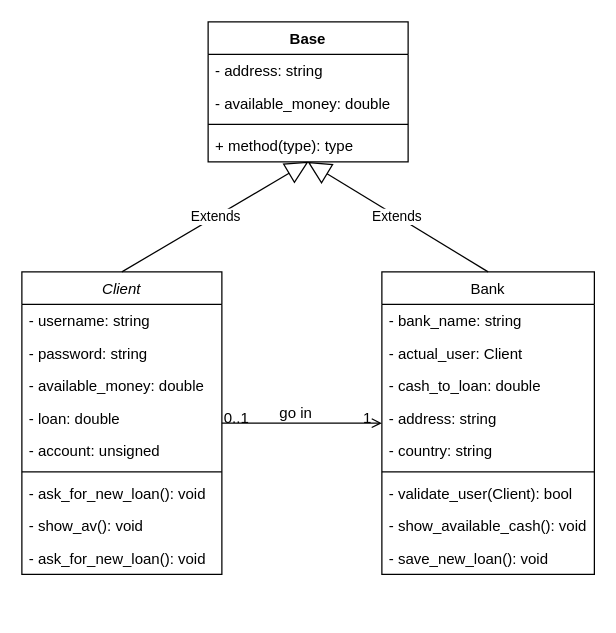
The draw.io diagram init-design.drawio in djose1164/bank-management-system, before the edit. Source tidied: cells renumbered, new cells numbered last; positions are measured from the earlier drawing's top-left corner, leaving out a move shared by most shapes. Both pictures are drawn from the tidied source at 125%, with x=0, y=0 at pixel (21, 21).
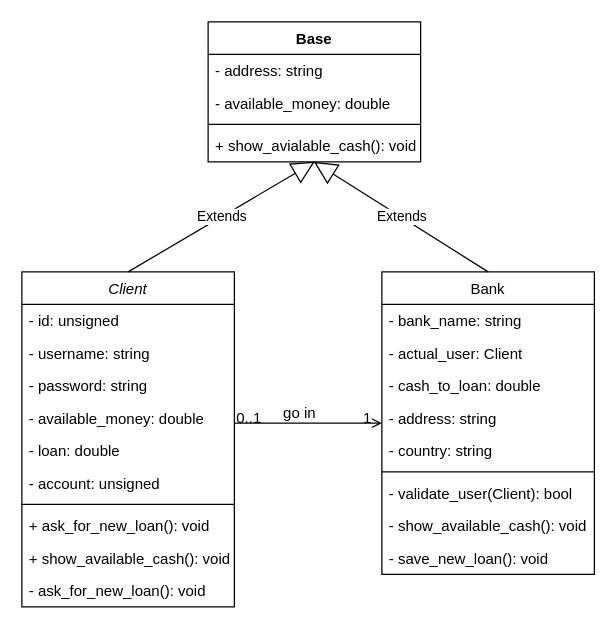
The same diagram, later.

The edit, as a diff of the source:
```diff
@@
     <mxCell id="2" value="Client" style="swimlane;fontStyle=2;align=center;verticalAlign=top;horizontal=1;startSize=26;rounded=0;shadow=0;strokeWidth=1;" parent="1" vertex="1">
-      <mxGeometry y="200" width="160" height="242" as="geometry" />
+      <mxGeometry y="200" width="170" height="268" as="geometry" />
     </mxCell>
+    <mxCell id="33" value="- id: unsigned" style="text;align=left;verticalAlign=top;spacingLeft=4;spacingRight=4;overflow=hidden;" parent="2" vertex="1">
+      <mxGeometry y="26" width="170" height="26" as="geometry" />
+    </mxCell>
     <mxCell id="3" value="- username: string" style="text;align=left;verticalAlign=top;spacingLeft=4;spacingRight=4;overflow=hidden;" parent="2" vertex="1">
-      <mxGeometry y="26" width="160" height="26" as="geometry" />
+      <mxGeometry y="52" width="170" height="26" as="geometry" />
     </mxCell>
     <mxCell id="4" value="- password: string" style="text;align=left;verticalAlign=top;spacingLeft=4;spacingRight=4;overflow=hidden;rounded=0;shadow=0;html=0;" parent="2" vertex="1">
-      <mxGeometry y="52" width="160" height="26" as="geometry" />
+      <mxGeometry y="78" width="170" height="26" as="geometry" />
     </mxCell>
     <mxCell id="5" value="- available_money: double" style="text;align=left;verticalAlign=top;spacingLeft=4;spacingRight=4;overflow=hidden;rounded=0;shadow=0;html=0;" parent="2" vertex="1">
-      <mxGeometry y="78" width="160" height="26" as="geometry" />
+      <mxGeometry y="104" width="170" height="26" as="geometry" />
     </mxCell>
     <mxCell id="6" value="- loan: double" style="text;align=left;verticalAlign=top;spacingLeft=4;spacingRight=4;overflow=hidden;rounded=0;shadow=0;html=0;" parent="2" vertex="1">
-      <mxGeometry y="104" width="160" height="26" as="geometry" />
+      <mxGeometry y="130" width="170" height="26" as="geometry" />
     </mxCell>
     <mxCell id="7" value="- account: unsigned" style="text;align=left;verticalAlign=top;spacingLeft=4;spacingRight=4;overflow=hidden;rounded=0;shadow=0;html=0;" parent="2" vertex="1">
-      <mxGeometry y="130" width="160" height="26" as="geometry" />
+      <mxGeometry y="156" width="170" height="26" as="geometry" />
     </mxCell>
     <mxCell id="8" style="line;html=1;strokeWidth=1;align=left;verticalAlign=middle;spacingTop=-1;spacingLeft=3;spacingRight=3;labelPosition=right;" parent="2" vertex="1">
-      <mxGeometry y="156" width="160" height="8" as="geometry" />
+      <mxGeometry y="182" width="170" height="8" as="geometry" />
     </mxCell>
-    <mxCell id="9" value="- ask_for_new_loan(): void" style="text;align=left;verticalAlign=top;spacingLeft=4;spacingRight=4;overflow=hidden;" parent="2" vertex="1">
-      <mxGeometry y="164" width="160" height="26" as="geometry" />
+    <mxCell id="9" value="+ ask_for_new_loan(): void" style="text;align=left;verticalAlign=top;spacingLeft=4;spacingRight=4;overflow=hidden;" parent="2" vertex="1">
+      <mxGeometry y="190" width="170" height="26" as="geometry" />
     </mxCell>
-    <mxCell id="10" value="- show_av(): void" style="text;align=left;verticalAlign=top;spacingLeft=4;spacingRight=4;overflow=hidden;" parent="2" vertex="1">
-      <mxGeometry y="190" width="160" height="26" as="geometry" />
+    <mxCell id="10" value="+ show_available_cash(): void" style="text;align=left;verticalAlign=top;spacingLeft=4;spacingRight=4;overflow=hidden;" parent="2" vertex="1">
+      <mxGeometry y="216" width="170" height="26" as="geometry" />
     </mxCell>
     <mxCell id="11" value="- ask_for_new_loan(): void" style="text;align=left;verticalAlign=top;spacingLeft=4;spacingRight=4;overflow=hidden;" parent="2" vertex="1">
-      <mxGeometry y="216" width="160" height="26" as="geometry" />
+      <mxGeometry y="242" width="170" height="26" as="geometry" />
     </mxCell>
@@
     <mxCell id="26" value="Base" style="swimlane;fontStyle=1;align=center;verticalAlign=top;horizontal=1;startSize=26;" parent="1" vertex="1">
-      <mxGeometry x="149" width="160" height="112" as="geometry" />
+      <mxGeometry x="149" width="170" height="112" as="geometry" />
     </mxCell>
     <mxCell id="27" value="- address: string" style="text;strokeColor=none;fillColor=none;align=left;verticalAlign=top;spacingLeft=4;spacingRight=4;overflow=hidden;" parent="26" vertex="1">
-      <mxGeometry y="26" width="160" height="26" as="geometry" />
+      <mxGeometry y="26" width="170" height="26" as="geometry" />
     </mxCell>
     <mxCell id="28" value="- available_money: double" style="text;strokeColor=none;fillColor=none;align=left;verticalAlign=top;spacingLeft=4;spacingRight=4;overflow=hidden;" parent="26" vertex="1">
-      <mxGeometry y="52" width="160" height="26" as="geometry" />
+      <mxGeometry y="52" width="170" height="26" as="geometry" />
     </mxCell>
     <mxCell id="29" style="line;strokeWidth=1;fillColor=none;align=left;verticalAlign=middle;spacingTop=-1;spacingLeft=3;spacingRight=3;labelPosition=right;" parent="26" vertex="1">
-      <mxGeometry y="78" width="160" height="8" as="geometry" />
+      <mxGeometry y="78" width="170" height="8" as="geometry" />
     </mxCell>
-    <mxCell id="30" value="+ method(type): type" style="text;strokeColor=none;fillColor=none;align=left;verticalAlign=top;spacingLeft=4;spacingRight=4;overflow=hidden;points=[[0,0.5],[1,0.5]];portConstraint=eastwest;" parent="26" vertex="1">
-      <mxGeometry y="86" width="160" height="26" as="geometry" />
+    <mxCell id="30" value="+ show_avialable_cash(): void" style="text;strokeColor=none;fillColor=none;align=left;verticalAlign=top;spacingLeft=4;spacingRight=4;overflow=hidden;points=[[0,0.5],[1,0.5]];portConstraint=eastwest;" parent="26" vertex="1">
+      <mxGeometry y="86" width="170" height="26" as="geometry" />
     </mxCell>
```
